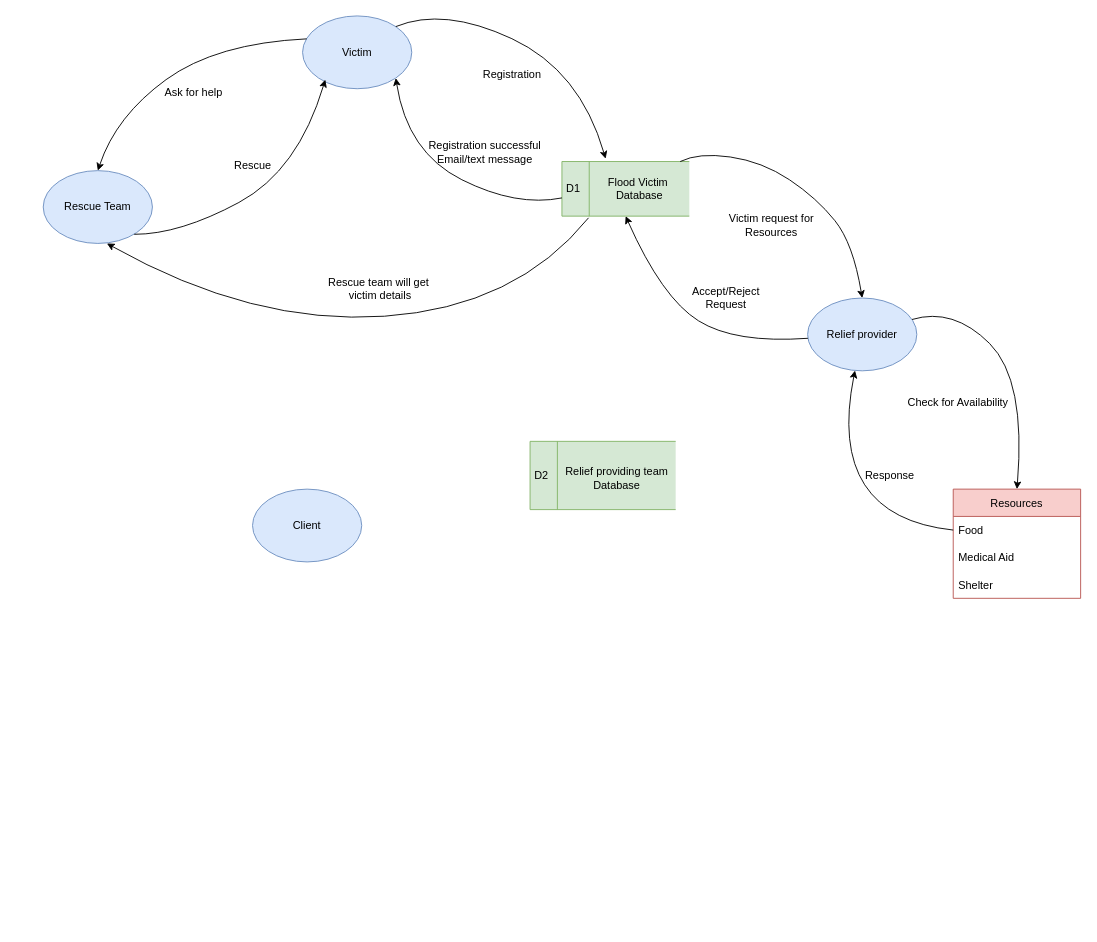
Earlier version of the draw.io diagram Untitled Diagram.drawio (ShubhamJejurkar98/Repository1). Source tidied: cells renumbered, new cells numbered last; positions are measured from the earlier drawing's top-left corner, leaving out a move shared by most shapes. Both pictures are drawn from the tidied source at 91%, with x=0, y=0 at pixel (43, 6).
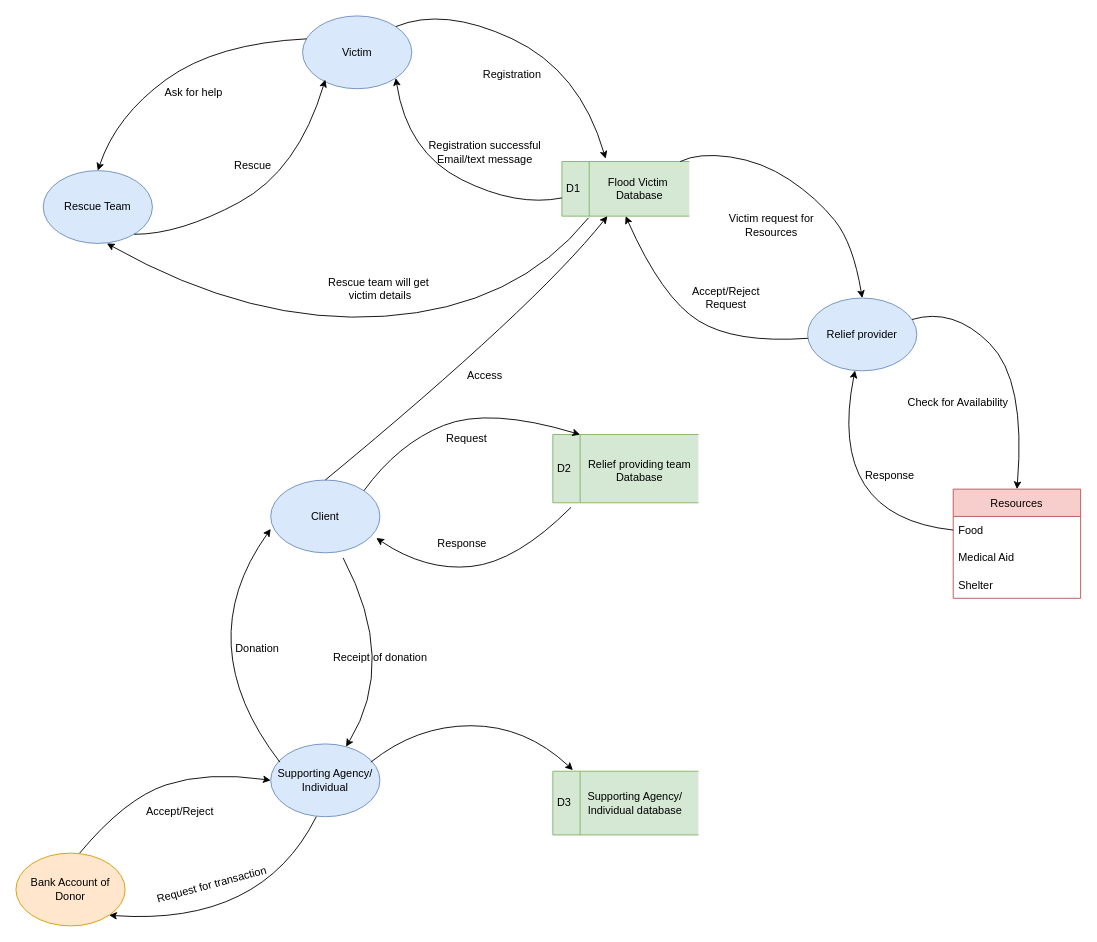
The same diagram, later.

The change refers to these unchanged cells:
```xml
<mxCell id="9" value="D1" style="html=1;dashed=0;whitespace=wrap;shape=mxgraph.dfd.dataStoreID;align=left;spacingLeft=3;points=[[0,0],[0.5,0],[1,0],[0,0.5],[1,0.5],[0,1],[0.5,1],[1,1]];fillColor=#d5e8d4;strokeColor=#82b366;" parent="1" vertex="1">
  <mxGeometry x="570" y="170" width="140" height="60" as="geometry" />
</mxCell>
```

Change to the diagram source:
```diff
@@
     <mxCell id="29" value="Client" style="ellipse;whiteSpace=wrap;html=1;fillColor=#dae8fc;strokeColor=#6c8ebf;" parent="1" vertex="1">
-      <mxGeometry x="230" y="530" width="120" height="80" as="geometry" />
+      <mxGeometry x="250" y="520" width="120" height="80" as="geometry" />
     </mxCell>
     <mxCell id="30" value="D2" style="html=1;dashed=0;whitespace=wrap;shape=mxgraph.dfd.dataStoreID;align=left;spacingLeft=3;points=[[0,0],[0.5,0],[1,0],[0,0.5],[1,0.5],[0,1],[0.5,1],[1,1]];fillColor=#d5e8d4;strokeColor=#82b366;" parent="1" vertex="1">
-      <mxGeometry x="535" y="477.5" width="160" height="75" as="geometry" />
+      <mxGeometry x="560" y="470" width="160" height="75" as="geometry" />
     </mxCell>
     <mxCell id="31" value="&lt;span style=&quot;&quot;&gt;Relief providing team&lt;/span&gt;&lt;br style=&quot;&quot;&gt;&lt;span style=&quot;&quot;&gt;Database&lt;/span&gt;" style="text;html=1;align=center;verticalAlign=middle;fillColor=none;strokeColor=none;rounded=0;" parent="1" vertex="1">
-      <mxGeometry x="560" y="497.5" width="140" height="40" as="geometry" />
+      <mxGeometry x="585" y="490" width="140" height="40" as="geometry" />
     </mxCell>
+    <mxCell id="32" style="curved=1;endArrow=classic;html=1;rounded=0;exitX=0.5;exitY=0;exitDx=0;exitDy=0;entryX=0.357;entryY=1;entryDx=0;entryDy=0;entryPerimeter=0;" parent="1" edge="1" source="29" target="9">
+      <mxGeometry relative="1" as="geometry">
+        <Array as="points">
+          <mxPoint x="540" y="330" />
+        </Array>
+      </mxGeometry>
+    </mxCell>
+    <mxCell id="33" style="curved=1;endArrow=classic;html=1;rounded=0;exitX=1;exitY=0;exitDx=0;exitDy=0;entryX=0.187;entryY=0.001;entryDx=0;entryDy=0;entryPerimeter=0;" parent="1" edge="1" source="29" target="30">
+      <mxGeometry relative="1" as="geometry">
+        <Array as="points">
+          <mxPoint x="390" y="480" />
+          <mxPoint x="490" y="440" />
+        </Array>
+      </mxGeometry>
+    </mxCell>
+    <mxCell id="34" value="Access" style="text;html=1;align=center;verticalAlign=middle;fillColor=none;strokeColor=none;rounded=0;" parent="1" vertex="1">
+      <mxGeometry x="455" y="390" width="60" height="30" as="geometry" />
+    </mxCell>
+    <mxCell id="35" value="Request" style="text;html=1;align=center;verticalAlign=middle;fillColor=none;strokeColor=none;rounded=0;" parent="1" vertex="1">
+      <mxGeometry x="430" y="460" width="70" height="30" as="geometry" />
+    </mxCell>
+    <mxCell id="36" style="curved=1;endArrow=classic;html=1;rounded=0;entryX=0.967;entryY=0.797;entryDx=0;entryDy=0;entryPerimeter=0;" parent="1" edge="1" target="29">
+      <mxGeometry relative="1" as="geometry">
+        <mxPoint x="580" y="550" as="sourcePoint" />
+        <Array as="points">
+          <mxPoint x="520" y="610" />
+          <mxPoint x="420" y="620" />
+        </Array>
+      </mxGeometry>
+    </mxCell>
+    <mxCell id="37" value="Response" style="text;html=1;align=center;verticalAlign=middle;fillColor=none;strokeColor=none;rounded=0;" parent="1" vertex="1">
+      <mxGeometry x="420" y="575" width="80" height="30" as="geometry" />
+    </mxCell>
+    <mxCell id="38" value="Supporting Agency/&lt;br&gt;Individual" style="ellipse;whiteSpace=wrap;html=1;fillColor=#dae8fc;strokeColor=#6c8ebf;" parent="1" vertex="1">
+      <mxGeometry x="250" y="810" width="120" height="80" as="geometry" />
+    </mxCell>
+    <mxCell id="39" style="curved=1;endArrow=classic;html=1;rounded=0;entryX=0;entryY=0.672;entryDx=0;entryDy=0;entryPerimeter=0;" parent="1" edge="1" target="29">
+      <mxGeometry relative="1" as="geometry">
+        <mxPoint x="260" y="830" as="sourcePoint" />
+        <Array as="points">
+          <mxPoint x="160" y="700" />
+        </Array>
+      </mxGeometry>
+    </mxCell>
+    <mxCell id="40" value="Donation" style="text;html=1;align=center;verticalAlign=middle;fillColor=none;strokeColor=none;rounded=0;" parent="1" vertex="1">
+      <mxGeometry x="200" y="690" width="70" height="30" as="geometry" />
+    </mxCell>
+    <mxCell id="41" style="curved=1;endArrow=classic;html=1;rounded=0;exitX=0.663;exitY=1.07;exitDx=0;exitDy=0;exitPerimeter=0;" parent="1" edge="1" source="29" target="38">
+      <mxGeometry relative="1" as="geometry">
+        <Array as="points">
+          <mxPoint x="390" y="720" />
+        </Array>
+      </mxGeometry>
+    </mxCell>
+    <mxCell id="42" value="Receipt of donation" style="text;html=1;align=center;verticalAlign=middle;fillColor=none;strokeColor=none;rounded=0;" parent="1" vertex="1">
+      <mxGeometry x="305" y="700" width="130" height="30" as="geometry" />
+    </mxCell>
+    <mxCell id="43" value="Bank Account of&lt;br&gt;Donor" style="ellipse;whiteSpace=wrap;html=1;fillColor=#ffe6cc;strokeColor=#d79b00;" parent="1" vertex="1">
+      <mxGeometry x="-30" y="930" width="120" height="80" as="geometry" />
+    </mxCell>
+    <mxCell id="44" style="curved=1;endArrow=classic;html=1;rounded=0;entryX=1;entryY=1;entryDx=0;entryDy=0;exitX=0.417;exitY=1;exitDx=0;exitDy=0;exitPerimeter=0;" parent="1" edge="1" source="38" target="43">
+      <mxGeometry relative="1" as="geometry">
+        <Array as="points">
+          <mxPoint x="240" y="1010" />
+        </Array>
+      </mxGeometry>
+    </mxCell>
+    <mxCell id="45" value="Request for transaction" style="text;html=1;align=center;verticalAlign=middle;fillColor=none;strokeColor=none;rounded=0;rotation=-15;" parent="1" vertex="1">
+      <mxGeometry x="110" y="950" width="150" height="30" as="geometry" />
+    </mxCell>
+    <mxCell id="46" style="curved=1;endArrow=classic;html=1;rounded=0;entryX=0;entryY=0.5;entryDx=0;entryDy=0;" parent="1" edge="1" target="38">
+      <mxGeometry relative="1" as="geometry">
+        <mxPoint x="40" y="930" as="sourcePoint" />
+        <Array as="points">
+          <mxPoint x="90" y="870" />
+          <mxPoint x="180" y="840" />
+        </Array>
+      </mxGeometry>
+    </mxCell>
+    <mxCell id="47" value="Accept/Reject" style="text;html=1;align=center;verticalAlign=middle;fillColor=none;strokeColor=none;rounded=0;" parent="1" vertex="1">
+      <mxGeometry x="100" y="870" width="100" height="30" as="geometry" />
+    </mxCell>
+    <mxCell id="48" value="D3" style="html=1;dashed=0;whitespace=wrap;shape=mxgraph.dfd.dataStoreID;align=left;spacingLeft=3;points=[[0,0],[0.5,0],[1,0],[0,0.5],[1,0.5],[0,1],[0.5,1],[1,1]];fillColor=#d5e8d4;strokeColor=#82b366;" parent="1" vertex="1">
+      <mxGeometry x="560" y="840" width="160" height="70" as="geometry" />
+    </mxCell>
+    <mxCell id="49" value="Supporting Agency/&lt;br&gt;Individual database" style="text;html=1;align=center;verticalAlign=middle;fillColor=none;strokeColor=none;rounded=0;" parent="1" vertex="1">
+      <mxGeometry x="585" y="855" width="130" height="40" as="geometry" />
+    </mxCell>
+    <mxCell id="50" style="curved=1;endArrow=classic;html=1;rounded=0;entryX=0.138;entryY=-0.018;entryDx=0;entryDy=0;entryPerimeter=0;" parent="1" edge="1" target="48">
+      <mxGeometry relative="1" as="geometry">
+        <mxPoint x="360" y="830" as="sourcePoint" />
+        <Array as="points">
+          <mxPoint x="410" y="790" />
+          <mxPoint x="530" y="790" />
+        </Array>
+      </mxGeometry>
+    </mxCell>
```
